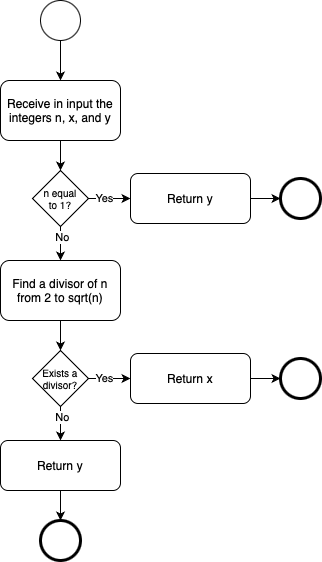
carlodenardin/svlm keeps this draw.io diagram as data/human_eval/p150/bpmn/l2.drawio.png. Above is the earlier version. Source tidied: cells renumbered, new cells last; positions are measured from the earlier drawing's top-left corner, leaving out a move shared by most shapes.
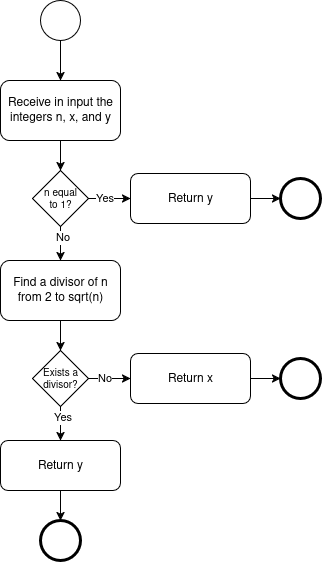
After the commit.

Diff of the diagram source:
```diff
@@ -11,33 +11,33 @@
     <mxCell id="4" style="endArrow=classic;html=1;rounded=0;exitX=0.5;exitY=1;exitDx=0;exitDy=0;entryX=0.5;entryY=0;entryDx=0;entryDy=0;" parent="1" edge="1" source="2" target="7">
       <mxGeometry relative="1" as="geometry" />
     </mxCell>
-    <mxCell id="5" style="edgeStyle=orthogonalEdgeStyle;rounded=0;jettySize=auto;html=1;exitX=0.5;exitY=1;exitDx=0;exitDy=0;entryX=0.5;entryY=0;entryDx=0;entryDy=0;" parent="1" edge="1" target="12">
-      <mxGeometry relative="1" as="geometry">
-        <mxPoint x="60" y="320" as="sourcePoint" />
-      </mxGeometry>
-    </mxCell>
-    <mxCell id="6" style="edgeStyle=orthogonalEdgeStyle;rounded=0;jettySize=auto;html=1;exitX=0.5;exitY=1;exitDx=0;exitDy=0;" parent="1" edge="1" source="7">
-      <mxGeometry relative="1" as="geometry">
-        <mxPoint x="60" y="170" as="targetPoint" />
-      </mxGeometry>
-    </mxCell>
+    <mxCell id="27" style="edgeStyle=orthogonalEdgeStyle;rounded=0;jettySize=auto;html=1;exitX=0.5;exitY=1;exitDx=0;exitDy=0;entryX=0.5;entryY=0;entryDx=0;entryDy=0;" parent="1" edge="1" target="12">
+      <mxGeometry relative="1" as="geometry">
+        <mxPoint x="60" y="320" as="sourcePoint" />
+      </mxGeometry>
+    </mxCell>
+    <mxCell id="28" style="edgeStyle=orthogonalEdgeStyle;rounded=0;jettySize=auto;html=1;exitX=0.5;exitY=1;exitDx=0;exitDy=0;" parent="1" edge="1" source="7">
+      <mxGeometry relative="1" as="geometry">
+        <mxPoint x="60" y="170" as="targetPoint" />
+      </mxGeometry>
+    </mxCell>
     <mxCell id="7" value="Receive in input the integers n, x, and y" style="rounded=1;whiteSpace=wrap;html=1;" parent="1" vertex="1">
       <mxGeometry y="80" width="120" height="60" as="geometry" />
     </mxCell>
     <mxCell id="8" style="edgeStyle=orthogonalEdgeStyle;rounded=0;jettySize=auto;html=1;exitX=1;exitY=0.5;exitDx=0;exitDy=0;entryX=0;entryY=0.5;entryDx=0;entryDy=0;" parent="1" edge="1" source="12" target="14">
       <mxGeometry relative="1" as="geometry" />
     </mxCell>
-    <mxCell id="9" value="Yes" style="edgeLabel;html=1;align=center;verticalAlign=middle;" parent="8" vertex="1">
-      <mxGeometry x="-0.5" y="1" relative="1" as="geometry">
-        <mxPoint x="4" as="offset" />
-      </mxGeometry>
-    </mxCell>
+    <mxCell id="29" value="No" style="edgeLabel;html=1;align=center;verticalAlign=middle;" parent="8" vertex="1">
+      <mxGeometry x="-0.5" y="1" relative="1" as="geometry">
+        <mxPoint x="4" as="offset" />
+      </mxGeometry>
+    </mxCell>
     <mxCell id="10" style="edgeStyle=orthogonalEdgeStyle;rounded=0;jettySize=auto;html=1;exitX=0.5;exitY=1;exitDx=0;exitDy=0;entryX=0.5;entryY=0;entryDx=0;entryDy=0;" parent="1" edge="1" source="12" target="16">
       <mxGeometry relative="1" as="geometry" />
     </mxCell>
-    <mxCell id="11" value="No" style="edgeLabel;html=1;align=center;verticalAlign=middle;" parent="10" vertex="1">
-      <mxGeometry x="-0.38" y="1" relative="1" as="geometry" />
-    </mxCell>
+    <mxCell id="30" value="Yes" style="edgeLabel;html=1;align=center;verticalAlign=middle;" parent="10" vertex="1">
+      <mxGeometry x="-0.38" y="1" relative="1" as="geometry" />
+    </mxCell>
     <mxCell id="12" value="Exists a&lt;div&gt;divisor?&lt;/div&gt;" style="rhombus;whiteSpace=wrap;html=1;fontSize=10;" parent="1" vertex="1">
       <mxGeometry x="32" y="350" width="56" height="56" as="geometry" />
     </mxCell>
@@ -65,19 +65,19 @@
     <mxCell id="20" style="edgeStyle=orthogonalEdgeStyle;rounded=0;jettySize=auto;html=1;exitX=1;exitY=0.5;exitDx=0;exitDy=0;entryX=0;entryY=0.5;entryDx=0;entryDy=0;" parent="1" edge="1" source="24" target="26">
       <mxGeometry relative="1" as="geometry" />
     </mxCell>
-    <mxCell id="21" value="Yes" style="edgeLabel;html=1;align=center;verticalAlign=middle;" parent="20" vertex="1">
-      <mxGeometry x="-0.5" y="1" relative="1" as="geometry">
-        <mxPoint x="4" as="offset" />
-      </mxGeometry>
-    </mxCell>
-    <mxCell id="22" style="edgeStyle=orthogonalEdgeStyle;rounded=0;jettySize=auto;html=1;exitX=0.5;exitY=1;exitDx=0;exitDy=0;entryX=0.5;entryY=0;entryDx=0;entryDy=0;" parent="1" edge="1" source="24">
-      <mxGeometry relative="1" as="geometry">
-        <mxPoint x="60" y="260" as="targetPoint" />
-      </mxGeometry>
-    </mxCell>
-    <mxCell id="23" value="No" style="edgeLabel;html=1;align=center;verticalAlign=middle;" parent="22" vertex="1">
-      <mxGeometry x="-0.38" y="1" relative="1" as="geometry" />
-    </mxCell>
+    <mxCell id="31" value="Yes" style="edgeLabel;html=1;align=center;verticalAlign=middle;" parent="20" vertex="1">
+      <mxGeometry x="-0.5" y="1" relative="1" as="geometry">
+        <mxPoint x="4" as="offset" />
+      </mxGeometry>
+    </mxCell>
+    <mxCell id="32" style="edgeStyle=orthogonalEdgeStyle;rounded=0;jettySize=auto;html=1;exitX=0.5;exitY=1;exitDx=0;exitDy=0;entryX=0.5;entryY=0;entryDx=0;entryDy=0;" parent="1" edge="1" source="24">
+      <mxGeometry relative="1" as="geometry">
+        <mxPoint x="60" y="260" as="targetPoint" />
+      </mxGeometry>
+    </mxCell>
+    <mxCell id="33" value="No" style="edgeLabel;html=1;align=center;verticalAlign=middle;" parent="32" vertex="1">
+      <mxGeometry x="-0.38" y="1" relative="1" as="geometry" />
+    </mxCell>
     <mxCell id="24" value="n equal&lt;div&gt;to 1?&lt;/div&gt;" style="rhombus;whiteSpace=wrap;html=1;fontSize=10;" parent="1" vertex="1">
       <mxGeometry x="32" y="170" width="56" height="56" as="geometry" />
     </mxCell>
```
